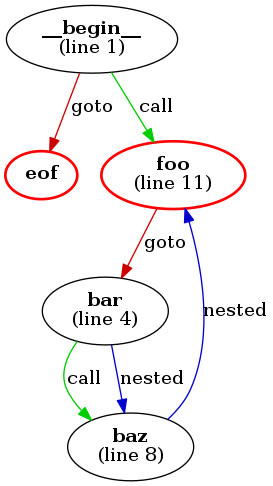
Above: examples/example1-noshowall.png in microsoft/cmd-call-graph (Graphviz), before the change. Its source is kept beside it as examples/example1-noshowall.dot.
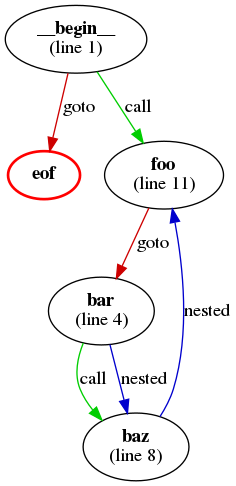
Above is the later version.

The edit, as a diff of the source:
```diff
@@ -8,6 +8,6 @@
 "baz" [label=<<b>baz</b><br/>(line 8)>]
 "baz" -> "foo" [label=nested,color=blue3]
 "eof" [label=<<b>eof</b>>,color=red,penwidth=2]
-"foo" [label=<<b>foo</b><br/>(line 11)>,color=red,penwidth=2]
+"foo" [label=<<b>foo</b><br/>(line 11)>]
 "foo" -> "bar" [label=goto,color=red3]
 }
```
